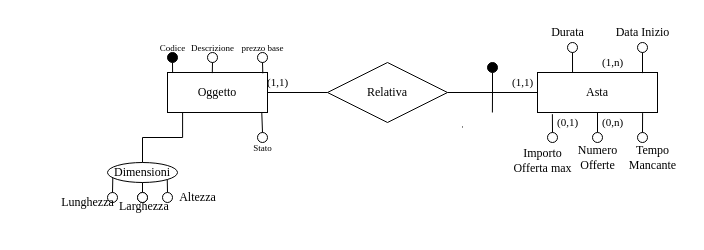
Earlier version of the draw.io diagram materiale/Schemi Base E-R/SchemaBaseOggetto-Asta.drawio (A-lex00/AsteOnlineBD). Source tidied: cells renumbered, new cells numbered last; positions are measured from the earlier drawing's top-left corner, leaving out a move shared by most shapes. Both pictures are drawn from the tidied source at 100%, with x=0, y=0 at pixel (47, 17).
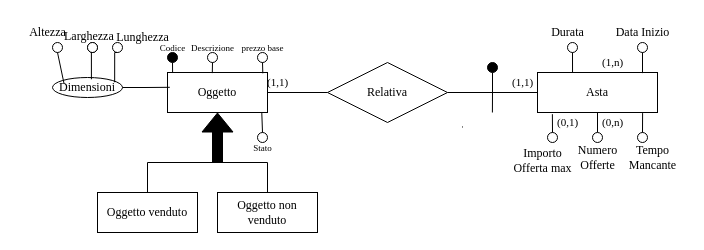
After the change.

The change refers to these unchanged cells:
```xml
<mxCell id="30" value="&lt;font face=&quot;Times New Roman&quot;&gt;Oggetto&lt;/font&gt;" style="whiteSpace=wrap;html=1;align=center;" parent="1" vertex="1">
  <mxGeometry x="120" y="55" width="100" height="40" as="geometry" />
</mxCell>
```

Diff of the diagram source:
```diff
@@
     <mxCell id="31" value="&lt;font style=&quot;font-size: 12px;&quot;&gt;Dimensioni&lt;/font&gt;" style="ellipse;whiteSpace=wrap;html=1;align=center;fontSize=10;fontFamily=Times New Roman;" parent="1" vertex="1">
-      <mxGeometry x="60" y="145" width="70" height="20" as="geometry" />
+      <mxGeometry x="5" y="60" width="70" height="20" as="geometry" />
     </mxCell>
     <mxCell id="32" style="ellipse;whiteSpace=wrap;html=1;" parent="1" vertex="1">
-      <mxGeometry x="60" y="175" width="10" height="10" as="geometry" />
+      <mxGeometry x="5" y="25" width="10" height="10" as="geometry" />
     </mxCell>
-    <mxCell id="33" style="edgeStyle=orthogonalEdgeStyle;rounded=0;jettySize=auto;html=1;exitX=0.5;exitY=0;exitDx=0;exitDy=0;entryX=0.5;entryY=1;entryDx=0;entryDy=0;endArrow=none;startFill=0;" parent="1" edge="1" source="34" target="31">
-      <mxGeometry relative="1" as="geometry" />
-    </mxCell>
     <mxCell id="34" style="ellipse;whiteSpace=wrap;html=1;" parent="1" vertex="1">
-      <mxGeometry x="90" y="175" width="10" height="10" as="geometry" />
+      <mxGeometry x="40" y="25" width="10" height="10" as="geometry" />
     </mxCell>
-    <mxCell id="35" style="edgeStyle=orthogonalEdgeStyle;rounded=0;jettySize=auto;html=1;exitX=0.5;exitY=0;exitDx=0;exitDy=0;entryX=1;entryY=1;entryDx=0;entryDy=0;endArrow=none;startFill=0;" parent="1" edge="1" source="36" target="31">
-      <mxGeometry relative="1" as="geometry" />
-    </mxCell>
     <mxCell id="36" style="ellipse;whiteSpace=wrap;html=1;" parent="1" vertex="1">
-      <mxGeometry x="115" y="175" width="10" height="10" as="geometry" />
+      <mxGeometry x="65" y="25" width="10" height="10" as="geometry" />
     </mxCell>
-    <mxCell id="37" value="Lunghezza" style="text;html=1;align=center;verticalAlign=middle;strokeColor=none;fillColor=none;fontSize=12;fontFamily=Times New Roman;" parent="1" vertex="1">
-      <mxGeometry y="170" width="80" height="30" as="geometry" />
-    </mxCell>
     <mxCell id="38" value="Altezza" style="text;html=1;align=center;verticalAlign=middle;strokeColor=none;fillColor=none;fontFamily=Times New Roman;fontSize=12;" parent="1" vertex="1">
-      <mxGeometry x="120" y="165" width="60" height="30" as="geometry" />
+      <mxGeometry x="-30" width="60" height="30" as="geometry" />
     </mxCell>
     <mxCell id="39" value="Larghezza" style="text;whiteSpace=wrap;html=1;fontSize=12;fontFamily=Times New Roman;" parent="1" vertex="1">
-      <mxGeometry x="70" y="175" width="40" height="20" as="geometry" />
+      <mxGeometry x="15" y="5" width="40" height="20" as="geometry" />
     </mxCell>
@@
     <mxCell id="46" style="ellipse;whiteSpace=wrap;html=1;" parent="1" vertex="1">
-      <mxGeometry x="90" y="175" width="10" height="10" as="geometry" />
+      <mxGeometry x="40" y="25" width="10" height="10" as="geometry" />
     </mxCell>
@@
+    <mxCell id="55" style="edgeStyle=orthogonalEdgeStyle;rounded=0;jettySize=auto;html=1;exitX=0.5;exitY=0;exitDx=0;exitDy=0;endArrow=none;startFill=0;" parent="1" edge="1" source="56">
+      <mxGeometry relative="1" as="geometry">
+        <mxPoint x="150" y="145" as="targetPoint" />
+        <Array as="points">
+          <mxPoint x="100" y="145" />
+        </Array>
+      </mxGeometry>
+    </mxCell>
+    <mxCell id="56" value="&lt;font face=&quot;Times New Roman&quot;&gt;Oggetto venduto&lt;/font&gt;" style="whiteSpace=wrap;html=1;align=center;" parent="1" vertex="1">
+      <mxGeometry x="50" y="175" width="100" height="40" as="geometry" />
+    </mxCell>
+    <mxCell id="57" style="edgeStyle=orthogonalEdgeStyle;rounded=0;jettySize=auto;html=1;exitX=0.5;exitY=0;exitDx=0;exitDy=0;endArrow=none;startFill=0;" parent="1" edge="1" source="58">
+      <mxGeometry relative="1" as="geometry">
+        <mxPoint x="140" y="145" as="targetPoint" />
+        <Array as="points">
+          <mxPoint x="220" y="145" />
+        </Array>
+      </mxGeometry>
+    </mxCell>
+    <mxCell id="58" value="&lt;font face=&quot;Times New Roman&quot;&gt;Oggetto non venduto&lt;/font&gt;" style="whiteSpace=wrap;html=1;align=center;" parent="1" vertex="1">
+      <mxGeometry x="170" y="175" width="100" height="40" as="geometry" />
+    </mxCell>
+    <mxCell id="54" style="edgeStyle=orthogonalEdgeStyle;rounded=0;jettySize=auto;html=1;exitX=1;exitY=0.5;exitDx=0;exitDy=0;entryX=0.023;entryY=0.37;entryDx=0;entryDy=0;entryPerimeter=0;endArrow=none;startFill=0;" parent="1" edge="1" source="31" target="30">
+      <mxGeometry relative="1" as="geometry" />
+    </mxCell>
+    <mxCell id="37" value="Lunghezza" style="text;html=1;align=center;verticalAlign=middle;strokeColor=none;fillColor=none;fontFamily=Times New Roman;fontSize=12;" parent="1" vertex="1">
+      <mxGeometry x="55" y="5" width="80" height="30" as="geometry" />
+    </mxCell>
-    <mxCell id="53" style="edgeStyle=orthogonalEdgeStyle;rounded=0;jettySize=auto;html=1;exitX=0.5;exitY=0;exitDx=0;exitDy=0;entryX=0.076;entryY=0.746;entryDx=0;entryDy=0;entryPerimeter=0;endArrow=none;startFill=0;" parent="1" edge="1" source="32" target="31">
+    <mxCell id="53" style="rounded=0;jettySize=auto;html=1;exitX=0.5;exitY=1;exitDx=0;exitDy=0;entryX=0.164;entryY=0.29;entryDx=0;entryDy=0;entryPerimeter=0;endArrow=none;startFill=0;" parent="1" edge="1" source="32" target="31">
       <mxGeometry relative="1" as="geometry" />
     </mxCell>
-    <mxCell id="54" style="edgeStyle=orthogonalEdgeStyle;rounded=0;jettySize=auto;html=1;exitX=0.5;exitY=0;exitDx=0;exitDy=0;entryX=0.151;entryY=1;entryDx=0;entryDy=0;entryPerimeter=0;endArrow=none;startFill=0;" parent="1" edge="1" source="31" target="30">
-      <mxGeometry relative="1" as="geometry" />
-    </mxCell>
+    <mxCell id="59" style="edgeStyle=orthogonalEdgeStyle;rounded=0;jettySize=auto;html=1;exitX=0.5;exitY=1;exitDx=0;exitDy=0;entryX=0.556;entryY=0.09;entryDx=0;entryDy=0;entryPerimeter=0;endArrow=none;startFill=0;" parent="1" edge="1" source="46" target="31">
+      <mxGeometry relative="1" as="geometry" />
+    </mxCell>
+    <mxCell id="35" style="edgeStyle=orthogonalEdgeStyle;rounded=0;jettySize=auto;html=1;exitX=0.5;exitY=1;exitDx=0;exitDy=0;entryX=0.888;entryY=0.237;entryDx=0;entryDy=0;entryPerimeter=0;endArrow=none;startFill=0;" parent="1" edge="1" source="36" target="31">
+      <mxGeometry relative="1" as="geometry" />
+    </mxCell>
+    <mxCell id="60" style="shape=flexArrow;endArrow=classic;html=1;rounded=0;entryX=0.5;entryY=1;entryDx=0;entryDy=0;fillColor=#000000;" parent="1" edge="1" target="30">
+      <mxGeometry relative="1" as="geometry">
+        <mxPoint x="170" y="145" as="sourcePoint" />
+      </mxGeometry>
+    </mxCell>
```
